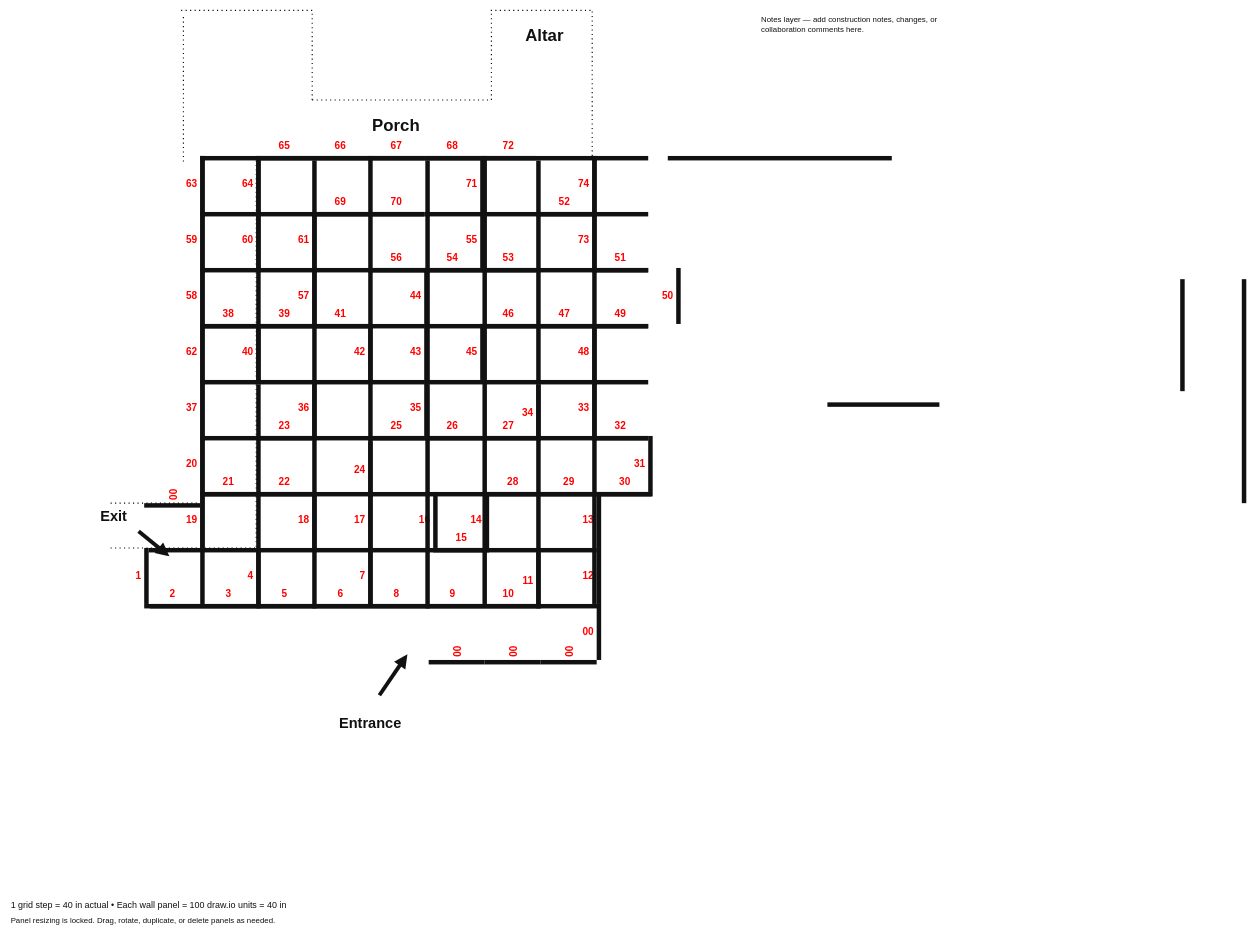
The draw.io diagram 2026_yard_haunt.drawio in mindblender/2026-yard-haunt, before the edit. Source tidied: cells renumbered, new cells numbered last; positions are measured from the earlier drawing's top-left corner, leaving out a move shared by most shapes. Both pictures are drawn from the tidied source at 56%, with x=0, y=0 at pixel (10, 10).
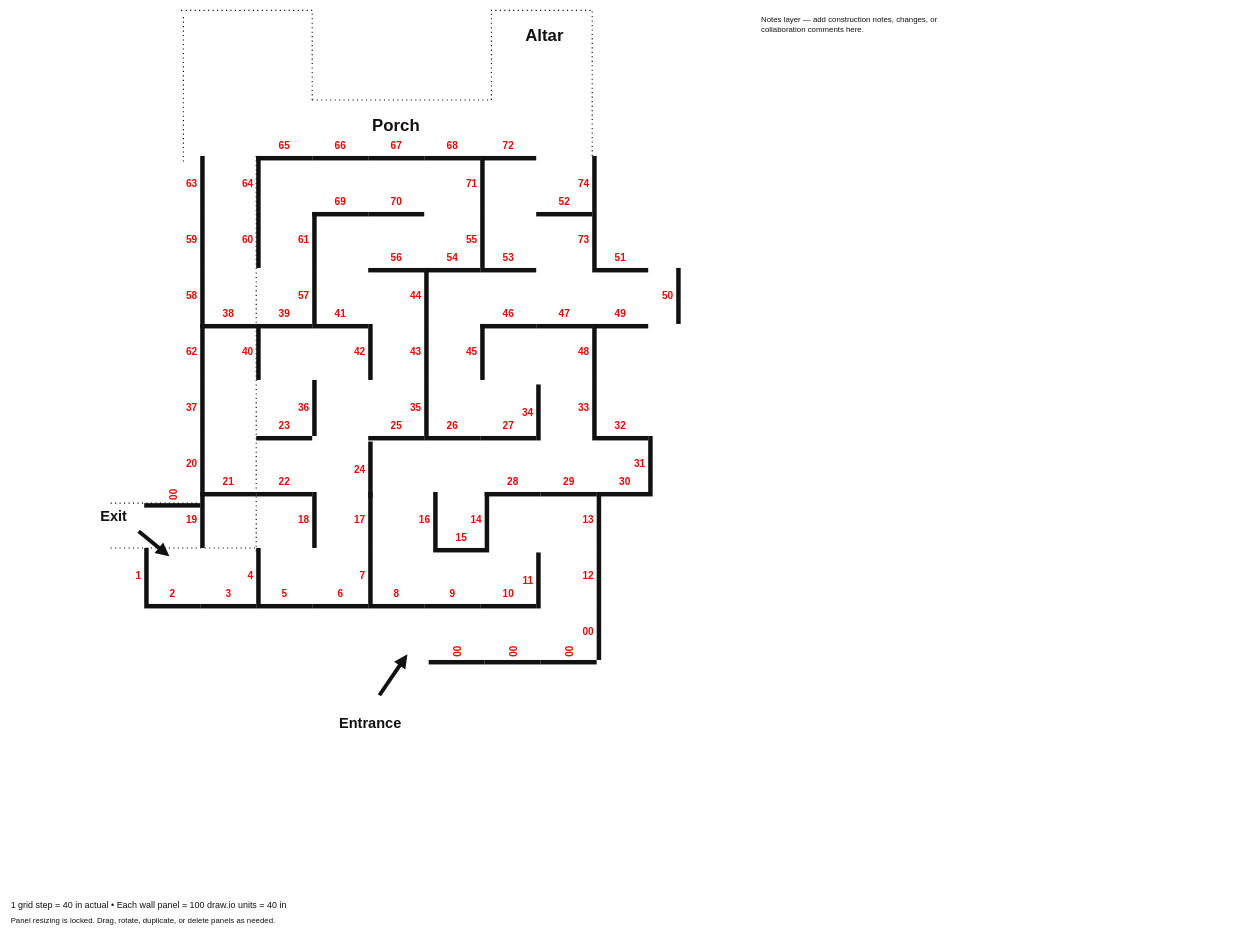
The same page after the edit.

What changed in the source:
```diff
@@
-    <mxCell id="104" parent="0" />
-    <mxCell id="105" style="rounded=0;whiteSpace=nowrap;html=1;fillColor=light-dark(#111111,#336600);strokeColor=none;fontColor=#ff0000;fontSize=18;fontStyle=1;fontFamily=Helvetica;align=right;verticalAlign=middle;labelPosition=left;verticalLabelPosition=middle;labelBackgroundColor=#ffffff;spacingRight=4;fixedSize=1;imageHeight=24;" parent="104" vertex="1">
-      <mxGeometry x="2090" y="480" width="8" height="200" as="geometry" />
-    </mxCell>
-    <mxCell id="106" style="rounded=0;whiteSpace=nowrap;html=1;fillColor=light-dark(#111111,#336600);strokeColor=none;fontColor=#ff0000;fontSize=18;fontStyle=1;fontFamily=Helvetica;align=right;verticalAlign=middle;labelPosition=left;verticalLabelPosition=middle;labelBackgroundColor=#ffffff;spacingRight=4;fixedSize=1;imageHeight=24;" parent="104" vertex="1">
-      <mxGeometry x="2200" y="480" width="8" height="400" as="geometry" />
-    </mxCell>
-    <mxCell id="107" style="rounded=0;whiteSpace=nowrap;html=1;fillColor=light-dark(#111111,#336600);strokeColor=none;fontColor=#ff0000;fontSize=18;fontStyle=1;fontFamily=Helvetica;align=right;verticalAlign=middle;labelPosition=left;verticalLabelPosition=middle;labelBackgroundColor=#ffffff;spacingRight=4;fixedSize=1;imageHeight=24;rotation=-90;" parent="104" vertex="1">
-      <mxGeometry x="1371" y="64" width="8" height="400" as="geometry" />
-    </mxCell>
-    <mxCell id="108" style="rounded=0;whiteSpace=nowrap;html=1;fillColor=light-dark(#111111,#336600);strokeColor=none;fontColor=#ff0000;fontSize=18;fontStyle=1;fontFamily=Helvetica;align=right;verticalAlign=middle;labelPosition=left;verticalLabelPosition=middle;labelBackgroundColor=#ffffff;spacingRight=4;fixedSize=1;imageHeight=24;rotation=90;" parent="104" vertex="1">
-      <mxGeometry x="1556" y="604" width="8" height="200" as="geometry" />
-    </mxCell>
-    <mxCell id="109" style="rounded=0;whiteSpace=nowrap;html=1;fillColor=light-dark(#111111,#3399FF);strokeColor=none;fontColor=#ff0000;fontSize=18;fontStyle=1;fontFamily=Helvetica;align=right;verticalAlign=middle;labelPosition=left;verticalLabelPosition=middle;labelBackgroundColor=#ffffff;spacingRight=4;fixedSize=1;imageHeight=24;" parent="104" vertex="1">
-      <mxGeometry x="1040" y="260" width="8" height="400" as="geometry" />
-    </mxCell>
-    <mxCell id="110" style="rounded=0;whiteSpace=nowrap;html=1;fillColor=light-dark(#111111,#3399FF);strokeColor=none;fontColor=#ff0000;fontSize=18;fontStyle=1;fontFamily=Helvetica;align=right;verticalAlign=middle;labelPosition=left;verticalLabelPosition=middle;labelBackgroundColor=#ffffff;spacingRight=4;fixedSize=1;imageHeight=24;" parent="104" vertex="1">
-      <mxGeometry x="1040" y="660" width="8" height="400" as="geometry" />
-    </mxCell>
-    <mxCell id="111" style="rounded=0;whiteSpace=nowrap;html=1;fillColor=light-dark(#111111,#3399FF);strokeColor=none;fontColor=#ff0000;fontSize=18;fontStyle=1;fontFamily=Helvetica;align=right;verticalAlign=middle;labelPosition=left;verticalLabelPosition=middle;labelBackgroundColor=#ffffff;spacingRight=4;fixedSize=1;imageHeight=24;rotation=90;" parent="104" vertex="1">
-      <mxGeometry x="844" y="764" width="8" height="400" as="geometry" />
-    </mxCell>
-    <mxCell id="112" style="rounded=0;whiteSpace=nowrap;html=1;fillColor=light-dark(#111111,#3399FF);strokeColor=none;fontColor=#ff0000;fontSize=18;fontStyle=1;fontFamily=Helvetica;align=right;verticalAlign=middle;labelPosition=left;verticalLabelPosition=middle;labelBackgroundColor=#ffffff;spacingRight=4;fixedSize=1;imageHeight=24;rotation=90;" parent="104" vertex="1">
-      <mxGeometry x="444" y="764" width="8" height="400" as="geometry" />
-    </mxCell>
-    <mxCell id="113" style="rounded=0;whiteSpace=nowrap;html=1;fillColor=light-dark(#111111,#3399FF);strokeColor=none;fontColor=#ff0000;fontSize=18;fontStyle=1;fontFamily=Helvetica;align=right;verticalAlign=middle;labelPosition=left;verticalLabelPosition=middle;labelBackgroundColor=#ffffff;spacingRight=4;fixedSize=1;imageHeight=24;rotation=90;" parent="104" vertex="1">
-      <mxGeometry x="936" y="564" width="8" height="400" as="geometry" />
-    </mxCell>
-    <mxCell id="114" style="rounded=0;whiteSpace=nowrap;html=1;fillColor=light-dark(#111111,#3399FF);strokeColor=none;fontColor=#ff0000;fontSize=18;fontStyle=1;fontFamily=Helvetica;align=right;verticalAlign=middle;labelPosition=left;verticalLabelPosition=middle;labelBackgroundColor=#ffffff;spacingRight=4;fixedSize=1;imageHeight=24;rotation=90;" parent="104" vertex="1">
-      <mxGeometry x="536" y="564" width="8" height="400" as="geometry" />
-    </mxCell>
-    <mxCell id="115" style="rounded=0;whiteSpace=nowrap;html=1;fillColor=light-dark(#111111,#3399FF);strokeColor=none;fontColor=#ff0000;fontSize=18;fontStyle=1;fontFamily=Helvetica;align=right;verticalAlign=middle;labelPosition=left;verticalLabelPosition=middle;labelBackgroundColor=#ffffff;spacingRight=4;fixedSize=1;imageHeight=24;rotation=90;" parent="104" vertex="1">
-      <mxGeometry x="936" y="464" width="8" height="400" as="geometry" />
-    </mxCell>
-    <mxCell id="116" style="rounded=0;whiteSpace=nowrap;html=1;fillColor=light-dark(#111111,#3399FF);strokeColor=none;fontColor=#ff0000;fontSize=18;fontStyle=1;fontFamily=Helvetica;align=right;verticalAlign=middle;labelPosition=left;verticalLabelPosition=middle;labelBackgroundColor=#ffffff;spacingRight=4;fixedSize=1;imageHeight=24;rotation=90;" parent="104" vertex="1">
-      <mxGeometry x="536" y="464" width="8" height="400" as="geometry" />
-    </mxCell>
-    <mxCell id="117" style="rounded=0;whiteSpace=nowrap;html=1;fillColor=light-dark(#111111,#3399FF);strokeColor=none;fontColor=#ff0000;fontSize=18;fontStyle=1;fontFamily=Helvetica;align=right;verticalAlign=middle;labelPosition=left;verticalLabelPosition=middle;labelBackgroundColor=#ffffff;spacingRight=4;fixedSize=1;imageHeight=24;rotation=90;" parent="104" vertex="1">
-      <mxGeometry x="936" y="364" width="8" height="400" as="geometry" />
-    </mxCell>
-    <mxCell id="118" style="rounded=0;whiteSpace=nowrap;html=1;fillColor=light-dark(#111111,#3399FF);strokeColor=none;fontColor=#ff0000;fontSize=18;fontStyle=1;fontFamily=Helvetica;align=right;verticalAlign=middle;labelPosition=left;verticalLabelPosition=middle;labelBackgroundColor=#ffffff;spacingRight=4;fixedSize=1;imageHeight=24;rotation=90;" parent="104" vertex="1">
-      <mxGeometry x="536" y="364" width="8" height="400" as="geometry" />
-    </mxCell>
-    <mxCell id="119" style="rounded=0;whiteSpace=nowrap;html=1;fillColor=light-dark(#111111,#3399FF);strokeColor=none;fontColor=#ff0000;fontSize=18;fontStyle=1;fontFamily=Helvetica;align=right;verticalAlign=middle;labelPosition=left;verticalLabelPosition=middle;labelBackgroundColor=#ffffff;spacingRight=4;fixedSize=1;imageHeight=24;rotation=90;" parent="104" vertex="1">
-      <mxGeometry x="936" y="264" width="8" height="400" as="geometry" />
-    </mxCell>
-    <mxCell id="120" style="rounded=0;whiteSpace=nowrap;html=1;fillColor=light-dark(#111111,#3399FF);strokeColor=none;fontColor=#ff0000;fontSize=18;fontStyle=1;fontFamily=Helvetica;align=right;verticalAlign=middle;labelPosition=left;verticalLabelPosition=middle;labelBackgroundColor=#ffffff;spacingRight=4;fixedSize=1;imageHeight=24;rotation=90;" parent="104" vertex="1">
-      <mxGeometry x="536" y="264" width="8" height="400" as="geometry" />
-    </mxCell>
-    <mxCell id="121" style="rounded=0;whiteSpace=nowrap;html=1;fillColor=light-dark(#111111,#3399FF);strokeColor=none;fontColor=#ff0000;fontSize=18;fontStyle=1;fontFamily=Helvetica;align=right;verticalAlign=middle;labelPosition=left;verticalLabelPosition=middle;labelBackgroundColor=#ffffff;spacingRight=4;fixedSize=1;imageHeight=24;rotation=90;" parent="104" vertex="1">
-      <mxGeometry x="936" y="164" width="8" height="400" as="geometry" />
-    </mxCell>
-    <mxCell id="122" style="rounded=0;whiteSpace=nowrap;html=1;fillColor=light-dark(#111111,#3399FF);strokeColor=none;fontColor=#ff0000;fontSize=18;fontStyle=1;fontFamily=Helvetica;align=right;verticalAlign=middle;labelPosition=left;verticalLabelPosition=middle;labelBackgroundColor=#ffffff;spacingRight=4;fixedSize=1;imageHeight=24;rotation=90;" parent="104" vertex="1">
-      <mxGeometry x="536" y="164" width="8" height="400" as="geometry" />
-    </mxCell>
-    <mxCell id="123" style="rounded=0;whiteSpace=nowrap;html=1;fillColor=light-dark(#111111,#3399FF);strokeColor=none;fontColor=#ff0000;fontSize=18;fontStyle=1;fontFamily=Helvetica;align=right;verticalAlign=middle;labelPosition=left;verticalLabelPosition=middle;labelBackgroundColor=#ffffff;spacingRight=4;fixedSize=1;imageHeight=24;rotation=90;" parent="104" vertex="1">
-      <mxGeometry x="936" y="64" width="8" height="400" as="geometry" />
-    </mxCell>
-    <mxCell id="124" style="rounded=0;whiteSpace=nowrap;html=1;fillColor=light-dark(#111111,#3399FF);strokeColor=none;fontColor=#ff0000;fontSize=18;fontStyle=1;fontFamily=Helvetica;align=right;verticalAlign=middle;labelPosition=left;verticalLabelPosition=middle;labelBackgroundColor=#ffffff;spacingRight=4;fixedSize=1;imageHeight=24;rotation=90;" parent="104" vertex="1">
-      <mxGeometry x="536" y="64" width="8" height="400" as="geometry" />
-    </mxCell>
-    <mxCell id="125" style="rounded=0;whiteSpace=nowrap;html=1;fillColor=light-dark(#111111,#3399FF);strokeColor=none;fontColor=#ff0000;fontSize=18;fontStyle=1;fontFamily=Helvetica;align=right;verticalAlign=middle;labelPosition=left;verticalLabelPosition=middle;labelBackgroundColor=#ffffff;spacingRight=4;fixedSize=1;imageHeight=24;" parent="104" vertex="1">
-      <mxGeometry x="940" y="268" width="8" height="400" as="geometry" />
-    </mxCell>
-    <mxCell id="126" style="rounded=0;whiteSpace=nowrap;html=1;fillColor=light-dark(#111111,#3399FF);strokeColor=none;fontColor=#ff0000;fontSize=18;fontStyle=1;fontFamily=Helvetica;align=right;verticalAlign=middle;labelPosition=left;verticalLabelPosition=middle;labelBackgroundColor=#ffffff;spacingRight=4;fixedSize=1;imageHeight=24;" parent="104" vertex="1">
-      <mxGeometry x="940" y="668" width="8" height="400" as="geometry" />
-    </mxCell>
-    <mxCell id="127" style="rounded=0;whiteSpace=nowrap;html=1;fillColor=light-dark(#111111,#3399FF);strokeColor=none;fontColor=#ff0000;fontSize=18;fontStyle=1;fontFamily=Helvetica;align=right;verticalAlign=middle;labelPosition=left;verticalLabelPosition=middle;labelBackgroundColor=#ffffff;spacingRight=4;fixedSize=1;imageHeight=24;" parent="104" vertex="1">
-      <mxGeometry x="844" y="260" width="8" height="400" as="geometry" />
-    </mxCell>
-    <mxCell id="128" style="rounded=0;whiteSpace=nowrap;html=1;fillColor=light-dark(#111111,#3399FF);strokeColor=none;fontColor=#ff0000;fontSize=18;fontStyle=1;fontFamily=Helvetica;align=right;verticalAlign=middle;labelPosition=left;verticalLabelPosition=middle;labelBackgroundColor=#ffffff;spacingRight=4;fixedSize=1;imageHeight=24;" parent="104" vertex="1">
-      <mxGeometry x="844" y="660" width="8" height="400" as="geometry" />
-    </mxCell>
-    <mxCell id="129" style="rounded=0;whiteSpace=nowrap;html=1;fillColor=light-dark(#111111,#3399FF);strokeColor=none;fontColor=#ff0000;fontSize=18;fontStyle=1;fontFamily=Helvetica;align=right;verticalAlign=middle;labelPosition=left;verticalLabelPosition=middle;labelBackgroundColor=#ffffff;spacingRight=4;fixedSize=1;imageHeight=24;" parent="104" vertex="1">
-      <mxGeometry x="742" y="268" width="8" height="400" as="geometry" />
-    </mxCell>
-    <mxCell id="130" style="rounded=0;whiteSpace=nowrap;html=1;fillColor=light-dark(#111111,#3399FF);strokeColor=none;fontColor=#ff0000;fontSize=18;fontStyle=1;fontFamily=Helvetica;align=right;verticalAlign=middle;labelPosition=left;verticalLabelPosition=middle;labelBackgroundColor=#ffffff;spacingRight=4;fixedSize=1;imageHeight=24;" parent="104" vertex="1">
-      <mxGeometry x="742" y="668" width="8" height="400" as="geometry" />
-    </mxCell>
-    <mxCell id="131" style="rounded=0;whiteSpace=nowrap;html=1;fillColor=light-dark(#111111,#3399FF);strokeColor=none;fontColor=#ff0000;fontSize=18;fontStyle=1;fontFamily=Helvetica;align=right;verticalAlign=middle;labelPosition=left;verticalLabelPosition=middle;labelBackgroundColor=#ffffff;spacingRight=4;fixedSize=1;imageHeight=24;" parent="104" vertex="1">
-      <mxGeometry x="640" y="260" width="8" height="400" as="geometry" />
-    </mxCell>
-    <mxCell id="132" style="rounded=0;whiteSpace=nowrap;html=1;fillColor=light-dark(#111111,#3399FF);strokeColor=none;fontColor=#ff0000;fontSize=18;fontStyle=1;fontFamily=Helvetica;align=right;verticalAlign=middle;labelPosition=left;verticalLabelPosition=middle;labelBackgroundColor=#ffffff;spacingRight=4;fixedSize=1;imageHeight=24;" parent="104" vertex="1">
-      <mxGeometry x="640" y="660" width="8" height="400" as="geometry" />
-    </mxCell>
-    <mxCell id="133" style="rounded=0;whiteSpace=nowrap;html=1;fillColor=light-dark(#111111,#3399FF);strokeColor=none;fontColor=#ff0000;fontSize=18;fontStyle=1;fontFamily=Helvetica;align=right;verticalAlign=middle;labelPosition=left;verticalLabelPosition=middle;labelBackgroundColor=#ffffff;spacingRight=4;fixedSize=1;imageHeight=24;" parent="104" vertex="1">
-      <mxGeometry x="540" y="268" width="8" height="400" as="geometry" />
-    </mxCell>
-    <mxCell id="134" style="rounded=0;whiteSpace=nowrap;html=1;fillColor=light-dark(#111111,#3399FF);strokeColor=none;fontColor=#ff0000;fontSize=18;fontStyle=1;fontFamily=Helvetica;align=right;verticalAlign=middle;labelPosition=left;verticalLabelPosition=middle;labelBackgroundColor=#ffffff;spacingRight=4;fixedSize=1;imageHeight=24;" parent="104" vertex="1">
-      <mxGeometry x="540" y="668" width="8" height="400" as="geometry" />
-    </mxCell>
-    <mxCell id="135" style="rounded=0;whiteSpace=nowrap;html=1;fillColor=light-dark(#111111,#3399FF);strokeColor=none;fontColor=#ff0000;fontSize=18;fontStyle=1;fontFamily=Helvetica;align=right;verticalAlign=middle;labelPosition=left;verticalLabelPosition=middle;labelBackgroundColor=#ffffff;spacingRight=4;fixedSize=1;imageHeight=24;" parent="104" vertex="1">
-      <mxGeometry x="440" y="268" width="8" height="400" as="geometry" />
-    </mxCell>
-    <mxCell id="136" style="rounded=0;whiteSpace=nowrap;html=1;fillColor=light-dark(#111111,#3399FF);strokeColor=none;fontColor=#ff0000;fontSize=18;fontStyle=1;fontFamily=Helvetica;align=right;verticalAlign=middle;labelPosition=left;verticalLabelPosition=middle;labelBackgroundColor=#ffffff;spacingRight=4;fixedSize=1;imageHeight=24;" parent="104" vertex="1">
-      <mxGeometry x="440" y="668" width="8" height="400" as="geometry" />
-    </mxCell>
-    <mxCell id="137" style="group;" parent="104" vertex="1">
-      <mxGeometry x="340" y="260" width="8" height="800" as="geometry" />
-    </mxCell>
-    <mxCell id="138" style="rounded=0;whiteSpace=nowrap;html=1;fillColor=light-dark(#111111,#3399FF);strokeColor=none;fontColor=#ff0000;fontSize=18;fontStyle=1;fontFamily=Helvetica;align=right;verticalAlign=middle;labelPosition=left;verticalLabelPosition=middle;labelBackgroundColor=#ffffff;spacingRight=4;fixedSize=1;imageHeight=24;" parent="137" vertex="1">
-      <mxGeometry width="8" height="400" as="geometry" />
-    </mxCell>
-    <mxCell id="139" style="rounded=0;whiteSpace=nowrap;html=1;fillColor=light-dark(#111111,#3399FF);strokeColor=none;fontColor=#ff0000;fontSize=18;fontStyle=1;fontFamily=Helvetica;align=right;verticalAlign=middle;labelPosition=left;verticalLabelPosition=middle;labelBackgroundColor=#ffffff;spacingRight=4;fixedSize=1;imageHeight=24;" parent="137" vertex="1">
-      <mxGeometry y="400" width="8" height="400" as="geometry" />
-    </mxCell>
-    <mxCell id="140" style="group;rotation=90;" parent="104" vertex="1">
-      <mxGeometry x="646" y="664" width="8" height="800" as="geometry" />
-    </mxCell>
-    <mxCell id="141" style="rounded=0;whiteSpace=nowrap;html=1;fillColor=light-dark(#111111,#3399FF);strokeColor=none;fontColor=#ff0000;fontSize=18;fontStyle=1;fontFamily=Helvetica;align=right;verticalAlign=middle;labelPosition=left;verticalLabelPosition=middle;labelBackgroundColor=#ffffff;spacingRight=4;fixedSize=1;imageHeight=24;rotation=90;" parent="140" vertex="1">
-      <mxGeometry x="200" y="200" width="8" height="400" as="geometry" />
-    </mxCell>
-    <mxCell id="142" style="rounded=0;whiteSpace=nowrap;html=1;fillColor=light-dark(#111111,#3399FF);strokeColor=none;fontColor=#ff0000;fontSize=18;fontStyle=1;fontFamily=Helvetica;align=right;verticalAlign=middle;labelPosition=left;verticalLabelPosition=middle;labelBackgroundColor=#ffffff;spacingRight=4;fixedSize=1;imageHeight=24;rotation=90;" parent="140" vertex="1">
-      <mxGeometry x="-200" y="200" width="8" height="400" as="geometry" />
-    </mxCell>
-    <mxCell id="143" style="group;rotation=90;" parent="104" vertex="1">
-      <mxGeometry x="742" y="464" width="8" height="800" as="geometry" />
-    </mxCell>
-    <mxCell id="144" style="rounded=0;whiteSpace=nowrap;html=1;fillColor=light-dark(#111111,#3399FF);strokeColor=none;fontColor=#ff0000;fontSize=18;fontStyle=1;fontFamily=Helvetica;align=right;verticalAlign=middle;labelPosition=left;verticalLabelPosition=middle;labelBackgroundColor=#ffffff;spacingRight=4;fixedSize=1;imageHeight=24;rotation=90;" parent="143" vertex="1">
-      <mxGeometry x="200" y="200" width="8" height="400" as="geometry" />
-    </mxCell>
-    <mxCell id="145" style="rounded=0;whiteSpace=nowrap;html=1;fillColor=light-dark(#111111,#3399FF);strokeColor=none;fontColor=#ff0000;fontSize=18;fontStyle=1;fontFamily=Helvetica;align=right;verticalAlign=middle;labelPosition=left;verticalLabelPosition=middle;labelBackgroundColor=#ffffff;spacingRight=4;fixedSize=1;imageHeight=24;rotation=90;" parent="143" vertex="1">
-      <mxGeometry x="-200" y="200" width="8" height="400" as="geometry" />
-    </mxCell>
```
